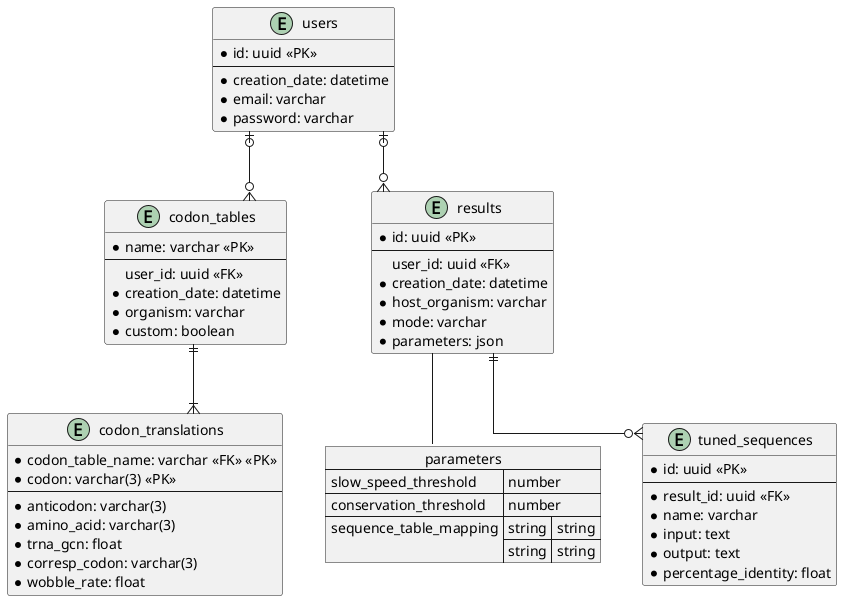
Above: db_schema.png in tbonnabaud/expressinhost_web (PlantUML), before the change.
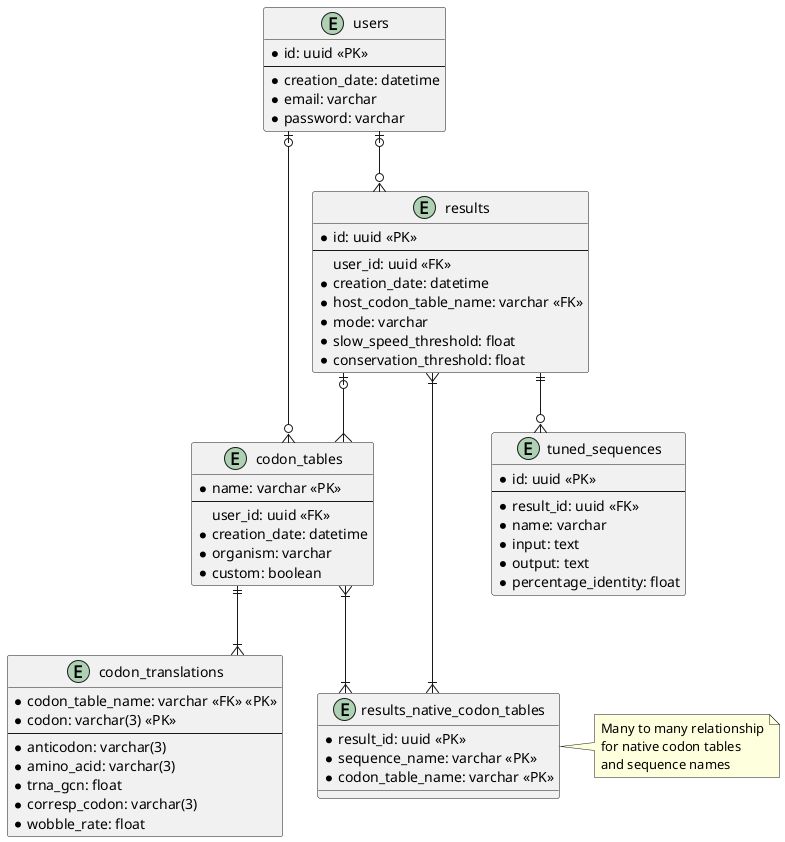
After the commit.

Commit message:
Use many to many relationship

The edit, as a diff of the source:
```diff
@@ -34,19 +34,18 @@
     --
     user_id: uuid <<FK>>
     * creation_date: datetime
-    * host_organism: varchar
+    * host_codon_table_name: varchar <<FK>>
     * mode: varchar
-    * parameters: json
+    * slow_speed_threshold: float
+    * conservation_threshold: float
 }
 
-json parameters {
-    "slow_speed_threshold": "number",
-    "conservation_threshold": "number",
-    "sequence_table_mapping": {
-        "string": "string",
-        "string": "string"
-    }
+entity results_native_codon_tables {
+    * result_id: uuid <<PK>>
+    * sequence_name: varchar <<PK>>
+    * codon_table_name: varchar <<PK>>
 }
+note right: Many to many relationship\nfor native codon tables\nand sequence names
 
 entity tuned_sequences {
     * id: uuid <<PK>>
@@ -61,6 +60,8 @@
 users |o--o{ results
 users |o--o{ codon_tables
 results ||--o{ tuned_sequences
-results -- parameters
+results |o--{ codon_tables
+results }|--|{ results_native_codon_tables
+codon_tables }|--|{ results_native_codon_tables
 codon_tables ||--|{ codon_translations
 @enduml
```
